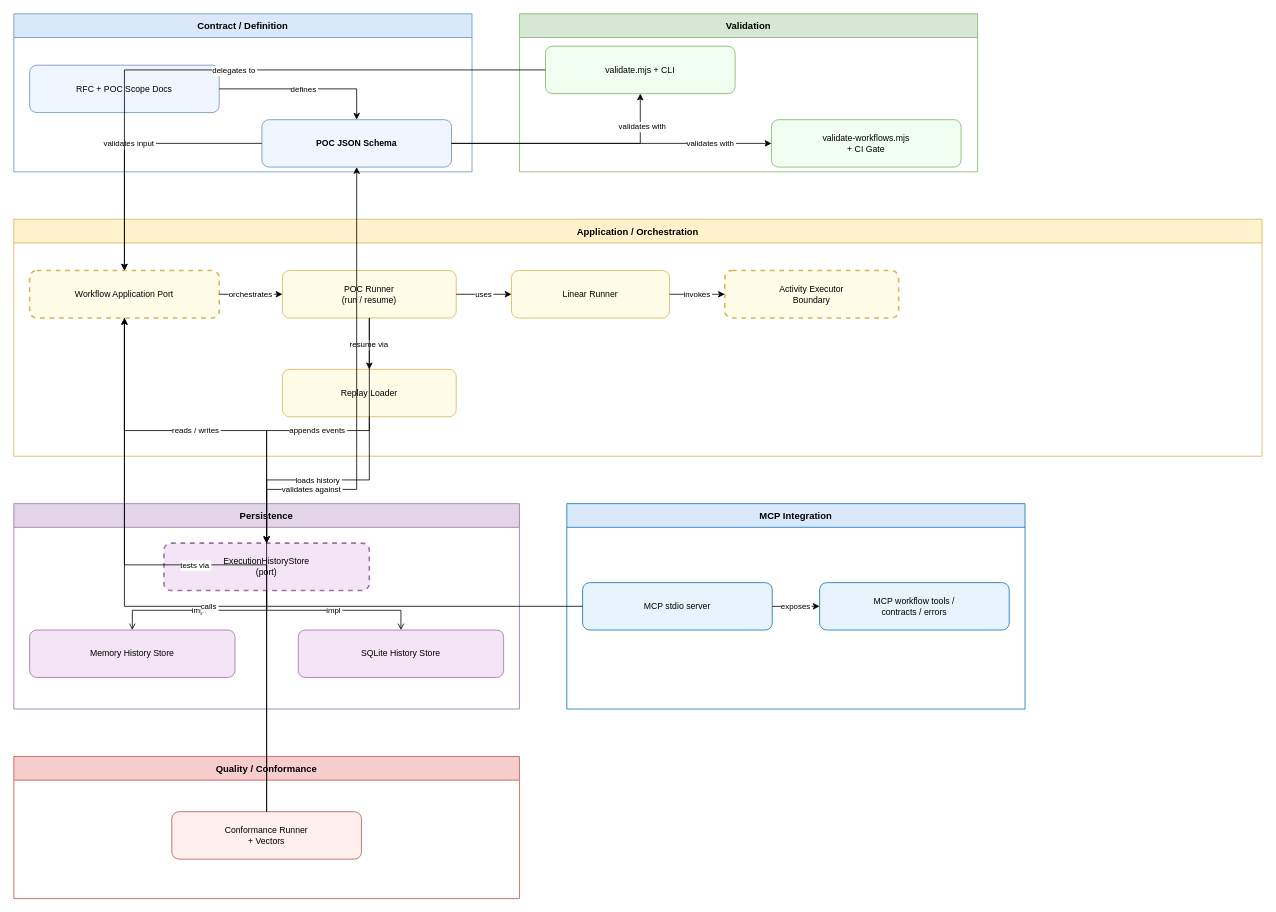
benvdbergh/workflows keeps this draw.io diagram as page "AS-BUILT Building Block View" (1 of 2) of docs/architecture/as-built-views.drawio. Above is the earlier version. Source tidied: cells renumbered, new cells numbered last; positions are measured from the earlier drawing's top-left corner, leaving out a move shared by most shapes. Both pictures are drawn from the tidied source at 79%, with x=0, y=0 at pixel (13, 13).
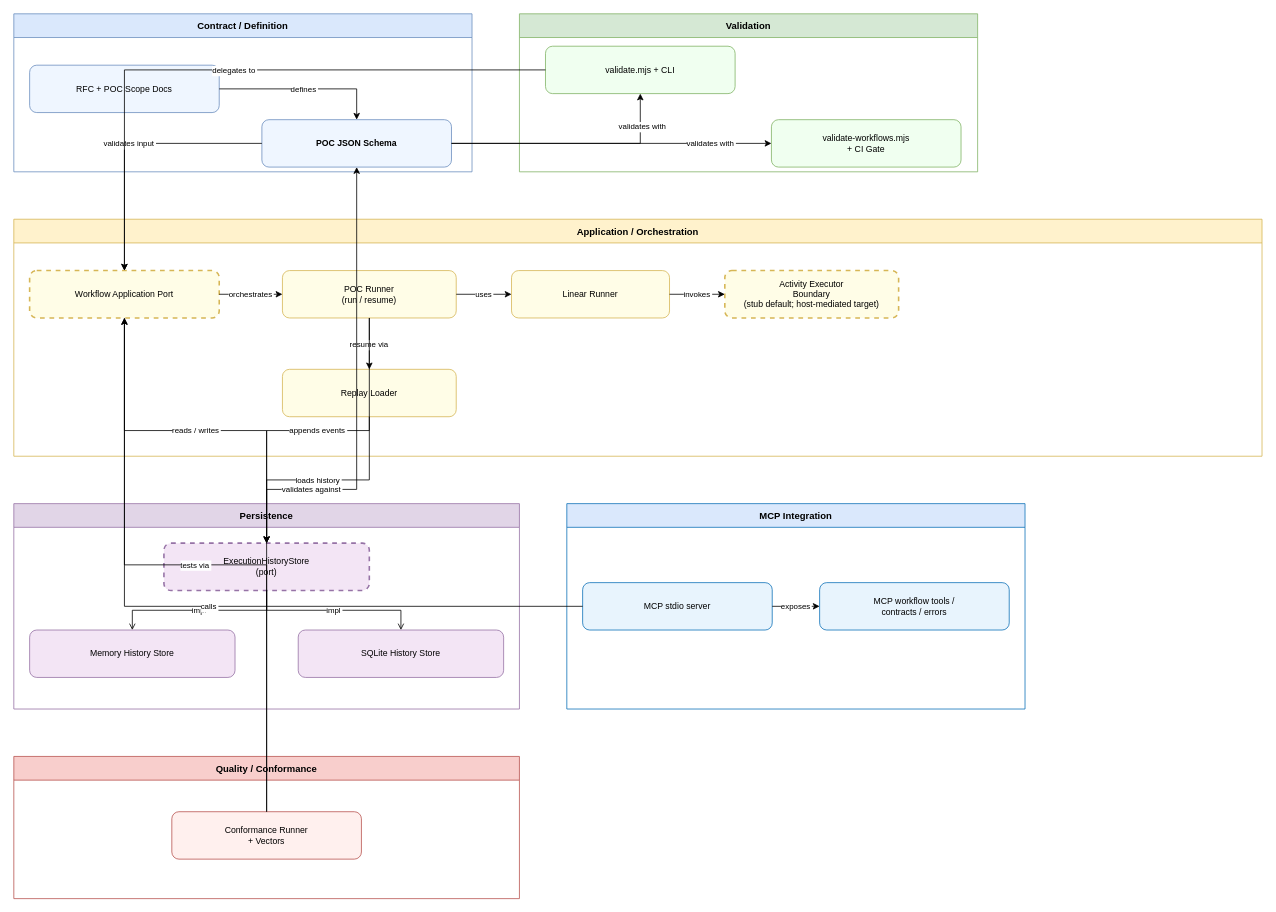
Above is the later version.

Commit message (it also covers changes not shown here):
docs: host-mediated activity execution (ADR-0002, RFC, as-is)

The change refers to these unchanged cells:
```xml
<mxCell id="9" value="Application / Orchestration" style="swimlane;startSize=30;fillColor=#fff2cc;strokeColor=#d6b656;fontStyle=1;fontSize=12;" parent="1" vertex="1">
  <mxGeometry y="260" width="1580" height="300" as="geometry" />
</mxCell>
```

Change to the diagram source:
```diff
@@
-    <mxCell id="13" value="Activity Executor&#10;Boundary" style="rounded=1;whiteSpace=wrap;fillColor=#fffde7;strokeColor=#d6b656;dashed=1;strokeWidth=2;fontSize=11;" parent="9" vertex="1">
+    <mxCell id="13" value="Activity Executor&#10;Boundary&#10;(stub default; host-mediated target)" style="rounded=1;whiteSpace=wrap;fillColor=#fffde7;strokeColor=#d6b656;dashed=1;strokeWidth=2;fontSize=11;" parent="9" vertex="1">
       <mxGeometry x="900" y="65" width="220" height="60" as="geometry" />
     </mxCell>
```
